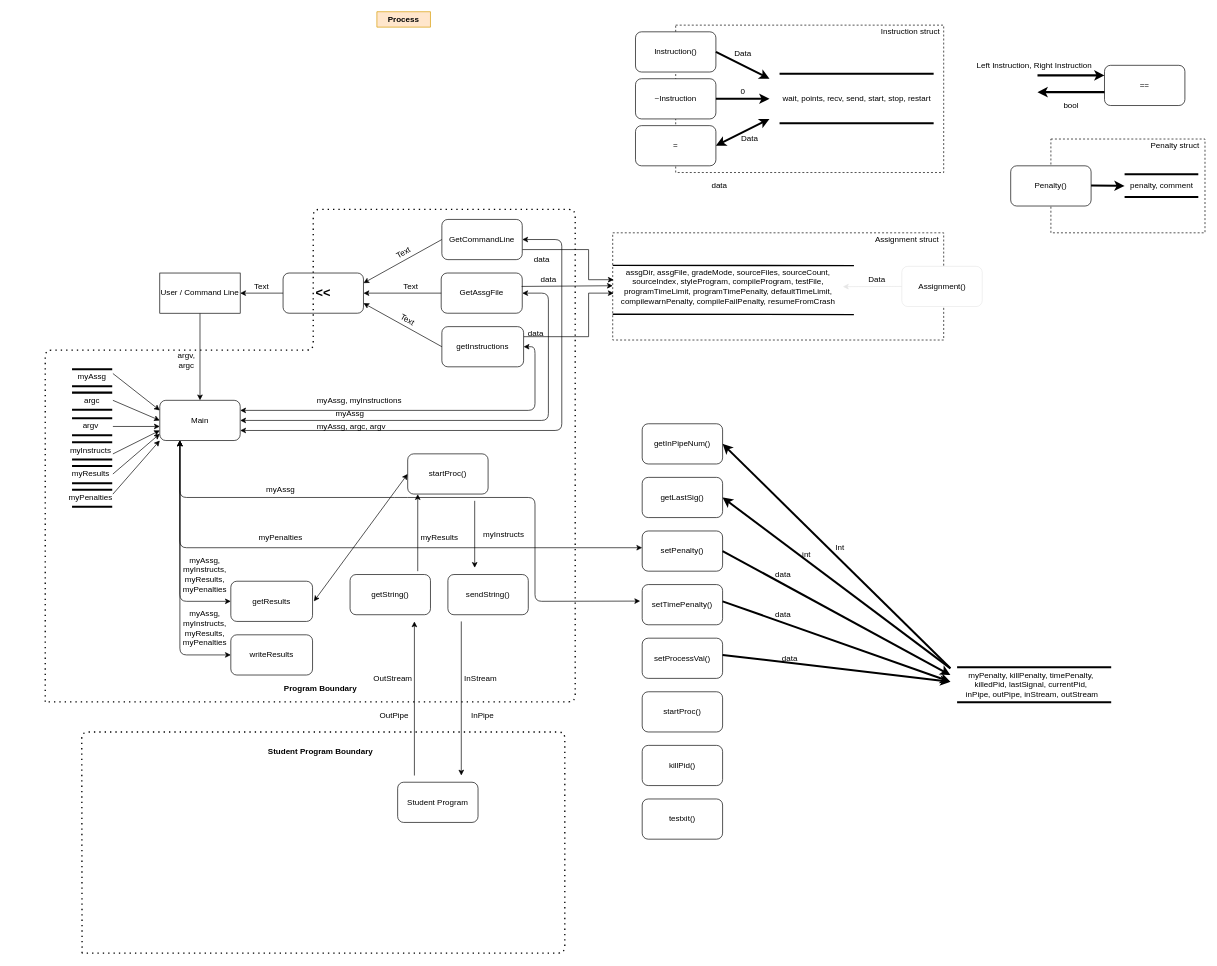
Earlier version of the draw.io diagram Empty Folder/Untitled Diagram.drawio (i-skousen/Week09). Source tidied: cells renumbered, new cells numbered last; positions are measured from the earlier drawing's top-left corner, leaving out a move shared by most shapes. Both pictures are drawn from the tidied source at 67%, with x=0, y=0 at pixel (45, 11).
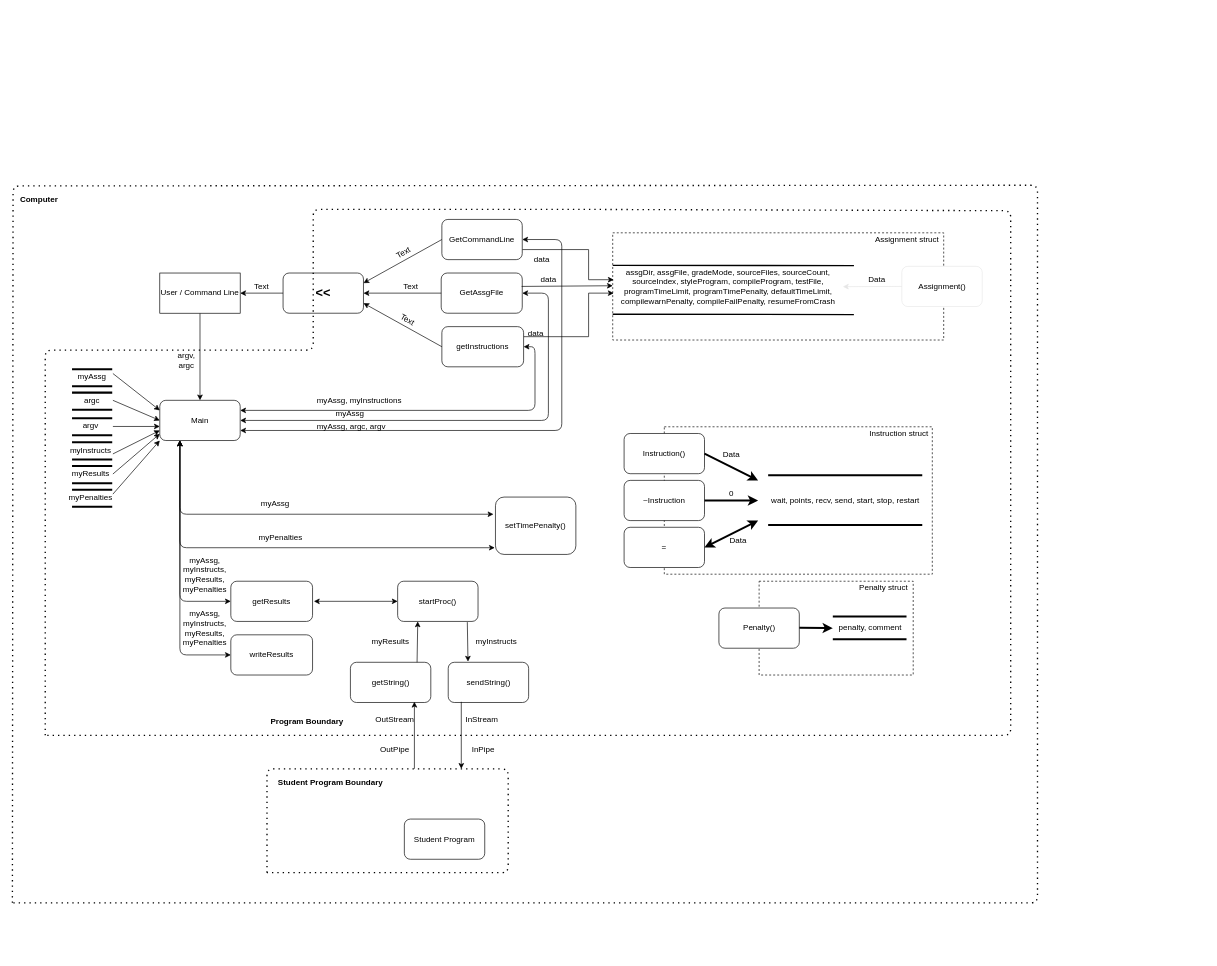
The same diagram, later.

Unchanged cells that the change refers to:
```xml
<mxCell id="5" value="Main" style="rounded=1;whiteSpace=wrap;html=1;" parent="1" vertex="1">
  <mxGeometry x="171" y="580" width="120" height="60" as="geometry" />
</mxCell>
```

Diff of the diagram source:
```diff
@@
     <mxCell id="2" style="rounded=0;whiteSpace=wrap;html=1;dashed=1;" parent="1" vertex="1">
-      <mxGeometry x="1501" y="190" width="230" height="140" as="geometry" />
+      <mxGeometry x="1065.5" y="850" width="230" height="140" as="geometry" />
     </mxCell>
     <mxCell id="3" style="rounded=0;whiteSpace=wrap;html=1;dashed=1;" parent="1" vertex="1">
-      <mxGeometry x="941" y="20" width="400" height="220" as="geometry" />
+      <mxGeometry x="924" y="619.5" width="400" height="220" as="geometry" />
     </mxCell>
@@
-    <mxCell id="6" value="Process" style="swimlane;fillColor=#ffe6cc;strokeColor=#d79b00;startSize=30;" parent="1" vertex="1" collapsed="1">
-      <mxGeometry x="495" width="80" height="23" as="geometry" />
-    </mxCell>
@@
     <mxCell id="43" value="wait, points, recv, send, start, stop, restart" style="text;html=1;align=center;verticalAlign=middle;strokeColor=none;" parent="1" vertex="1">
-      <mxGeometry x="1091" y="120" width="240" height="20" as="geometry" />
+      <mxGeometry x="1074" y="719.5" width="240" height="20" as="geometry" />
     </mxCell>
     <mxCell id="44" value="~Instruction" style="rounded=1;whiteSpace=wrap;html=1;" parent="1" vertex="1">
-      <mxGeometry x="881" y="100" width="120" height="60" as="geometry" />
+      <mxGeometry x="864" y="699.5" width="120" height="60" as="geometry" />
     </mxCell>
     <mxCell id="45" value="Instruction()" style="rounded=1;whiteSpace=wrap;html=1;" parent="1" vertex="1">
-      <mxGeometry x="881" y="30" width="120" height="60" as="geometry" />
+      <mxGeometry x="864" y="629.5" width="120" height="60" as="geometry" />
     </mxCell>
@@
     <mxCell id="47" value="=" style="rounded=1;whiteSpace=wrap;html=1;" parent="1" vertex="1">
-      <mxGeometry x="881" y="170" width="120" height="60" as="geometry" />
+      <mxGeometry x="864" y="769.5" width="120" height="60" as="geometry" />
     </mxCell>
     <mxCell id="48" style="shape=link;html=1;width=72;strokeWidth=3;" parent="1" edge="1">
       <mxGeometry relative="1" as="geometry">
-        <mxPoint x="1326" y="129.5" as="sourcePoint" />
-        <mxPoint x="1096" y="129.5" as="targetPoint" />
+        <mxPoint x="1309" y="729" as="sourcePoint" />
+        <mxPoint x="1079" y="729" as="targetPoint" />
       </mxGeometry>
     </mxCell>
     <mxCell id="49" style="endArrow=classic;html=1;strokeWidth=3;" parent="1" edge="1">
       <mxGeometry relative="1" as="geometry">
-        <mxPoint x="1001" y="60" as="sourcePoint" />
-        <mxPoint x="1081" y="100" as="targetPoint" />
+        <mxPoint x="984" y="659.5" as="sourcePoint" />
+        <mxPoint x="1064" y="699.5" as="targetPoint" />
       </mxGeometry>
     </mxCell>
     <mxCell id="50" value="Data" style="text;html=1;align=center;verticalAlign=middle;fillColor=none;strokeColor=none;rounded=0;" parent="1" vertex="1">
-      <mxGeometry x="1021" y="51.5" width="40" height="20" as="geometry" />
+      <mxGeometry x="1004" y="651" width="40" height="20" as="geometry" />
     </mxCell>
     <mxCell id="51" style="endArrow=classic;html=1;strokeWidth=3;exitX=1;exitY=0.5;exitDx=0;exitDy=0;" parent="1" edge="1" source="44">
       <mxGeometry relative="1" as="geometry">
-        <mxPoint x="1081" y="130" as="targetPoint" />
+        <mxPoint x="1064" y="729.5" as="targetPoint" />
       </mxGeometry>
     </mxCell>
     <mxCell id="52" value="0" style="text;html=1;align=center;verticalAlign=middle;fillColor=none;strokeColor=none;rounded=0;" parent="1" vertex="1">
-      <mxGeometry x="1031" y="110" width="20" height="20" as="geometry" />
+      <mxGeometry x="1014" y="709.5" width="20" height="20" as="geometry" />
     </mxCell>
     <mxCell id="53" style="endArrow=classic;startArrow=classic;html=1;strokeWidth=3;exitX=1;exitY=0.5;exitDx=0;exitDy=0;" parent="1" edge="1" source="47">
       <mxGeometry relative="1" as="geometry">
-        <mxPoint x="1081" y="160" as="targetPoint" />
+        <mxPoint x="1064" y="759.5" as="targetPoint" />
       </mxGeometry>
     </mxCell>
     <mxCell id="54" value="Data" style="text;html=1;align=center;verticalAlign=middle;fillColor=none;strokeColor=none;rounded=0;" parent="1" vertex="1">
-      <mxGeometry x="1031" y="180" width="40" height="20" as="geometry" />
+      <mxGeometry x="1014" y="779.5" width="40" height="20" as="geometry" />
     </mxCell>
     <mxCell id="55" value="Instruction struct" style="text;html=1;align=center;verticalAlign=middle;fillColor=none;strokeColor=none;rounded=0;" parent="1" vertex="1">
-      <mxGeometry x="1241" y="20" width="100" height="20" as="geometry" />
+      <mxGeometry x="1224" y="619.5" width="100" height="20" as="geometry" />
     </mxCell>
@@
-    <mxCell id="57" value="==" style="rounded=1;whiteSpace=wrap;html=1;" parent="1" vertex="1">
-      <mxGeometry x="1581" y="80" width="120" height="60" as="geometry" />
-    </mxCell>
-    <mxCell id="58" style="endArrow=classic;html=1;strokeWidth=3;entryX=0;entryY=0.25;entryDx=0;entryDy=0;" parent="1" edge="1" target="57">
-      <mxGeometry relative="1" as="geometry">
-        <mxPoint x="1481" y="95" as="sourcePoint" />
-      </mxGeometry>
-    </mxCell>
-    <mxCell id="59" style="endArrow=classic;html=1;strokeWidth=3;" parent="1" edge="1">
-      <mxGeometry relative="1" as="geometry">
-        <mxPoint x="1581" y="120" as="sourcePoint" />
-        <mxPoint x="1481" y="120" as="targetPoint" />
-      </mxGeometry>
-    </mxCell>
-    <mxCell id="60" value="Left Instruction, Right Instruction" style="text;html=1;align=center;verticalAlign=middle;fillColor=none;strokeColor=none;rounded=0;" parent="1" vertex="1">
-      <mxGeometry x="1381" y="70" width="190" height="20" as="geometry" />
-    </mxCell>
-    <mxCell id="61" value="bool" style="text;html=1;align=center;verticalAlign=middle;fillColor=none;strokeColor=none;rounded=0;" parent="1" vertex="1">
-      <mxGeometry x="1511" y="130" width="40" height="20" as="geometry" />
-    </mxCell>
     <mxCell id="62" value="Penalty()" style="rounded=1;whiteSpace=wrap;html=1;" parent="1" vertex="1">
-      <mxGeometry x="1441" y="230" width="120" height="60" as="geometry" />
+      <mxGeometry x="1005.5" y="890" width="120" height="60" as="geometry" />
     </mxCell>
     <mxCell id="63" style="endArrow=classic;html=1;strokeWidth=3;" parent="1" edge="1">
       <mxGeometry relative="1" as="geometry">
-        <mxPoint x="1561" y="259.5" as="sourcePoint" />
-        <mxPoint x="1611" y="260" as="targetPoint" />
+        <mxPoint x="1125.5" y="919.5" as="sourcePoint" />
+        <mxPoint x="1175.5" y="920" as="targetPoint" />
       </mxGeometry>
     </mxCell>
     <mxCell id="64" style="shape=link;html=1;width=32;strokeWidth=3;" parent="1" edge="1">
       <mxGeometry relative="1" as="geometry">
-        <mxPoint x="1721" y="259.5" as="sourcePoint" />
-        <mxPoint x="1611" y="259.5" as="targetPoint" />
+        <mxPoint x="1285.5" y="919.5" as="sourcePoint" />
+        <mxPoint x="1175.5" y="919.5" as="targetPoint" />
       </mxGeometry>
     </mxCell>
     <mxCell id="65" value="penalty, comment" style="text;html=1;align=center;verticalAlign=middle;fillColor=none;strokeColor=none;rounded=0;" parent="1" vertex="1">
-      <mxGeometry x="1611" y="250" width="110" height="20" as="geometry" />
+      <mxGeometry x="1175.5" y="910" width="110" height="20" as="geometry" />
     </mxCell>
     <mxCell id="66" value="Penalty struct" style="text;html=1;align=center;verticalAlign=middle;fillColor=none;strokeColor=none;rounded=0;" parent="1" vertex="1">
-      <mxGeometry x="1641" y="190" width="90" height="20" as="geometry" />
+      <mxGeometry x="1205.5" y="850" width="90" height="20" as="geometry" />
     </mxCell>
-    <mxCell id="67" style="shape=link;html=1;width=50;strokeWidth=3;" parent="1" edge="1">
-      <mxGeometry relative="1" as="geometry">
-        <mxPoint x="1591" y="1004.5" as="sourcePoint" />
-        <mxPoint x="1361" y="1004.5" as="targetPoint" />
-      </mxGeometry>
-    </mxCell>
     <mxCell id="68" style="endArrow=none;dashed=1;html=1;dashPattern=1 3;strokeWidth=2;" parent="1" edge="1">
       <mxGeometry relative="1" as="geometry">
-        <mxPoint y="1030" as="sourcePoint" />
-        <mxPoint y="1030" as="targetPoint" />
+        <mxPoint y="1080" as="sourcePoint" />
+        <mxPoint y="1080" as="targetPoint" />
         <Array as="points">
           <mxPoint y="505" />
           <mxPoint x="400" y="505" />
           <mxPoint x="400" y="295" />
           <mxPoint x="791" y="295" />
-          <mxPoint x="791" y="1030" />
+          <mxPoint x="1441" y="297" />
+          <mxPoint x="1441" y="1080" />
         </Array>
       </mxGeometry>
     </mxCell>
-    <mxCell id="69" value="myPenalty, killPenalty, timePenalty, &lt;br&gt;killedPid, lastSignal, currentPid,&lt;br&gt;&amp;nbsp;inPipe, outPipe, inStream, outStream" style="text;html=1;align=center;verticalAlign=middle;fillColor=none;strokeColor=none;rounded=0;" parent="1" vertex="1">
-      <mxGeometry x="1361" y="980" width="220" height="50" as="geometry" />
-    </mxCell>
     <mxCell id="70" value="&lt;b&gt;Program Boundary&lt;/b&gt;" style="text;html=1;strokeColor=none;fillColor=none;align=center;verticalAlign=middle;whiteSpace=wrap;rounded=0;" parent="1" vertex="1">
-      <mxGeometry x="311" y="1000" width="200" height="20" as="geometry" />
+      <mxGeometry x="291" y="1050" width="200" height="20" as="geometry" />
     </mxCell>
-    <mxCell id="71" value="getLastSig()" style="rounded=1;whiteSpace=wrap;html=1;" parent="1" vertex="1">
-      <mxGeometry x="891" y="695" width="120" height="60" as="geometry" />
-    </mxCell>
-    <mxCell id="72" value="setPenalty()" style="rounded=1;whiteSpace=wrap;html=1;" parent="1" vertex="1">
-      <mxGeometry x="891" y="775" width="120" height="60" as="geometry" />
-    </mxCell>
     <mxCell id="73" value="setTimePenalty()" style="rounded=1;whiteSpace=wrap;html=1;" parent="1" vertex="1">
-      <mxGeometry x="891" y="855" width="120" height="60" as="geometry" />
+      <mxGeometry x="672" y="724.4" width="120" height="85.6" as="geometry" />
     </mxCell>
-    <mxCell id="74" value="startProc()" style="rounded=1;whiteSpace=wrap;html=1;" parent="1" vertex="1">
-      <mxGeometry x="891" y="1015" width="120" height="60" as="geometry" />
-    </mxCell>
-    <mxCell id="75" value="setProcessVal()" style="rounded=1;whiteSpace=wrap;html=1;" parent="1" vertex="1">
-      <mxGeometry x="891" y="935" width="120" height="60" as="geometry" />
-    </mxCell>
-    <mxCell id="76" value="killPid()" style="rounded=1;whiteSpace=wrap;html=1;" parent="1" vertex="1">
-      <mxGeometry x="891" y="1095" width="120" height="60" as="geometry" />
-    </mxCell>
-    <mxCell id="77" value="testxit()" style="rounded=1;whiteSpace=wrap;html=1;" parent="1" vertex="1">
-      <mxGeometry x="891" y="1175" width="120" height="60" as="geometry" />
-    </mxCell>
-    <mxCell id="78" value="getInPipeNum()" style="rounded=1;whiteSpace=wrap;html=1;" parent="1" vertex="1">
-      <mxGeometry x="891" y="615" width="120" height="60" as="geometry" />
-    </mxCell>
     <mxCell id="79" value="getString()" style="rounded=1;whiteSpace=wrap;html=1;" parent="1" vertex="1">
-      <mxGeometry x="455" y="840" width="120" height="60" as="geometry" />
+      <mxGeometry x="455.5" y="971" width="120" height="60" as="geometry" />
     </mxCell>
     <mxCell id="80" value="sendString()" style="rounded=1;whiteSpace=wrap;html=1;" parent="1" vertex="1">
-      <mxGeometry x="601" y="840" width="120" height="60" as="geometry" />
+      <mxGeometry x="601.5" y="971" width="120" height="60" as="geometry" />
     </mxCell>
-    <mxCell id="81" style="endArrow=classic;html=1;strokeWidth=3;entryX=1;entryY=0.5;entryDx=0;entryDy=0;" parent="1" edge="1" target="78">
-      <mxGeometry relative="1" as="geometry">
-        <mxPoint x="1351" y="980" as="sourcePoint" />
-      </mxGeometry>
-    </mxCell>
-    <mxCell id="82" value="Int" style="text;html=1;align=center;verticalAlign=middle;fillColor=none;strokeColor=none;rounded=0;" parent="1" vertex="1">
-      <mxGeometry x="1171" y="790" width="30" height="20" as="geometry" />
-    </mxCell>
-    <mxCell id="83" style="endArrow=classic;html=1;strokeWidth=3;entryX=1;entryY=0.5;entryDx=0;entryDy=0;" parent="1" edge="1" target="71">
-      <mxGeometry relative="1" as="geometry">
-        <mxPoint x="1351" y="980" as="sourcePoint" />
-      </mxGeometry>
-    </mxCell>
-    <mxCell id="84" value="int" style="text;html=1;align=center;verticalAlign=middle;fillColor=none;strokeColor=none;rounded=0;" parent="1" vertex="1">
-      <mxGeometry x="1121" y="800" width="30" height="20" as="geometry" />
-    </mxCell>
-    <mxCell id="85" style="endArrow=classic;html=1;strokeWidth=3;exitX=1;exitY=0.5;exitDx=0;exitDy=0;" parent="1" edge="1" source="72">
-      <mxGeometry relative="1" as="geometry">
-        <mxPoint x="1351" y="990" as="targetPoint" />
-      </mxGeometry>
-    </mxCell>
-    <mxCell id="86" value="data" style="text;html=1;align=center;verticalAlign=middle;fillColor=none;strokeColor=none;rounded=0;" parent="1" vertex="1">
-      <mxGeometry x="1081" y="830" width="40" height="20" as="geometry" />
-    </mxCell>
-    <mxCell id="87" style="endArrow=classic;html=1;strokeWidth=3;exitX=1;exitY=0.5;exitDx=0;exitDy=0;" parent="1" edge="1">
-      <mxGeometry relative="1" as="geometry">
-        <mxPoint x="1011" y="880" as="sourcePoint" />
-        <mxPoint x="1351" y="1000" as="targetPoint" />
-      </mxGeometry>
-    </mxCell>
-    <mxCell id="88" value="data" style="text;html=1;align=center;verticalAlign=middle;fillColor=none;strokeColor=none;rounded=0;" parent="1" vertex="1">
-      <mxGeometry x="1081" y="890" width="40" height="20" as="geometry" />
-    </mxCell>
-    <mxCell id="89" style="endArrow=classic;html=1;strokeWidth=3;exitX=1;exitY=0.5;exitDx=0;exitDy=0;" parent="1" edge="1">
-      <mxGeometry relative="1" as="geometry">
-        <mxPoint x="1011" y="960" as="sourcePoint" />
-        <mxPoint x="1351" y="1000" as="targetPoint" />
-      </mxGeometry>
-    </mxCell>
-    <mxCell id="90" value="data" style="text;html=1;align=center;verticalAlign=middle;fillColor=none;strokeColor=none;rounded=0;" parent="1" vertex="1">
-      <mxGeometry x="1091" y="955" width="40" height="20" as="geometry" />
-    </mxCell>
-    <mxCell id="91" value="data" style="text;html=1;align=center;verticalAlign=middle;fillColor=none;strokeColor=none;rounded=0;" parent="1" vertex="1">
-      <mxGeometry x="986" y="250" width="40" height="20" as="geometry" />
-    </mxCell>
-    <mxCell id="92" style="endArrow=classic;startArrow=classic;html=1;strokeColor=#000000;strokeWidth=1;entryX=0.25;entryY=1;entryDx=0;entryDy=0;exitX=-0.025;exitY=0.411;exitDx=0;exitDy=0;exitPerimeter=0;" parent="1" edge="1" source="73" target="5">
+    <mxCell id="92" style="endArrow=classic;startArrow=classic;html=1;strokeColor=#000000;strokeWidth=1;entryX=0.25;entryY=1;entryDx=0;entryDy=0;" parent="1" edge="1" target="5">
       <mxGeometry relative="1" as="geometry">
+        <mxPoint x="669" y="750" as="sourcePoint" />
         <Array as="points">
-          <mxPoint x="731" y="880" />
-          <mxPoint x="731" y="725" />
-          <mxPoint x="531" y="725" />
-          <mxPoint x="201" y="725" />
+          <mxPoint x="201" y="750" />
         </Array>
       </mxGeometry>
     </mxCell>
     <mxCell id="93" value="myAssg" style="text;html=1;strokeColor=none;fillColor=none;align=center;verticalAlign=middle;whiteSpace=wrap;rounded=0;" parent="1" vertex="1">
-      <mxGeometry x="334" y="704.4" width="35" height="20" as="geometry" />
+      <mxGeometry x="326" y="724.4" width="35" height="20" as="geometry" />
     </mxCell>
     <mxCell id="94" style="endArrow=classic;startArrow=classic;html=1;strokeColor=#000000;strokeWidth=1;" parent="1" edge="1">
       <mxGeometry relative="1" as="geometry">
-        <mxPoint x="891" y="800" as="sourcePoint" />
+        <mxPoint x="671" y="800" as="sourcePoint" />
         <mxPoint x="201" y="640" as="targetPoint" />
         <Array as="points">
           <mxPoint x="201" y="800" />
         </Array>
       </mxGeometry>
     </mxCell>
@@
     <mxCell id="120" style="endArrow=none;dashed=1;html=1;dashPattern=1 3;strokeWidth=2;" parent="1" edge="1">
       <mxGeometry relative="1" as="geometry">
-        <mxPoint x="55" y="1405" as="sourcePoint" />
-        <mxPoint x="54.5" y="1405" as="targetPoint" />
+        <mxPoint x="331" y="1285" as="sourcePoint" />
+        <mxPoint x="331" y="1285" as="targetPoint" />
         <Array as="points">
-          <mxPoint x="54.5" y="1075" />
-          <mxPoint x="384.5" y="1075" />
-          <mxPoint x="775.5" y="1075" />
-          <mxPoint x="775.5" y="1405" />
+          <mxPoint x="331" y="1130" />
+          <mxPoint x="691" y="1130" />
+          <mxPoint x="691" y="1285" />
         </Array>
       </mxGeometry>
     </mxCell>
@@
     <mxCell id="122" style="endArrow=classic;html=1;" parent="1" edge="1">
       <mxGeometry relative="1" as="geometry">
-        <mxPoint x="551" y="1140" as="sourcePoint" />
-        <mxPoint x="551" y="910" as="targetPoint" />
+        <mxPoint x="551" y="1130" as="sourcePoint" />
+        <mxPoint x="551" y="1030" as="targetPoint" />
       </mxGeometry>
     </mxCell>
@@
     <mxCell id="124" value="startProc()" style="rounded=1;whiteSpace=wrap;html=1;" parent="1" vertex="1">
-      <mxGeometry x="541" y="659.9" width="120" height="60" as="geometry" />
+      <mxGeometry x="526" y="850" width="120" height="60" as="geometry" />
     </mxCell>
     <mxCell id="125" value="InPipe" style="text;html=1;strokeColor=none;fillColor=none;align=center;verticalAlign=middle;whiteSpace=wrap;rounded=0;" parent="1" vertex="1">
-      <mxGeometry x="633" y="1040" width="40" height="20" as="geometry" />
+      <mxGeometry x="633.5" y="1091" width="40" height="20" as="geometry" />
     </mxCell>
     <mxCell id="126" value="OutPipe" style="text;html=1;strokeColor=none;fillColor=none;align=center;verticalAlign=middle;whiteSpace=wrap;rounded=0;" parent="1" vertex="1">
-      <mxGeometry x="501" y="1040" width="40" height="20" as="geometry" />
+      <mxGeometry x="501.5" y="1091" width="40" height="20" as="geometry" />
     </mxCell>
     <mxCell id="127" value="&lt;b&gt;Student Program Boundary&lt;/b&gt;" style="text;html=1;strokeColor=none;fillColor=none;align=center;verticalAlign=middle;whiteSpace=wrap;rounded=0;" parent="1" vertex="1">
-      <mxGeometry x="311" y="1095" width="200" height="20" as="geometry" />
+      <mxGeometry x="326" y="1140" width="200" height="20" as="geometry" />
     </mxCell>
     <mxCell id="128" value="Student Program" style="rounded=1;whiteSpace=wrap;html=1;" parent="1" vertex="1">
-      <mxGeometry x="526" y="1150" width="120" height="60" as="geometry" />
+      <mxGeometry x="536" y="1205" width="120" height="60" as="geometry" />
     </mxCell>
     <mxCell id="129" value="OutStream" style="text;html=1;strokeColor=none;fillColor=none;align=center;verticalAlign=middle;whiteSpace=wrap;rounded=0;" parent="1" vertex="1">
-      <mxGeometry x="499" y="980" width="40" height="29" as="geometry" />
+      <mxGeometry x="501.5" y="1041" width="40" height="29" as="geometry" />
     </mxCell>
     <mxCell id="130" value="InStream" style="text;html=1;strokeColor=none;fillColor=none;align=center;verticalAlign=middle;whiteSpace=wrap;rounded=0;" parent="1" vertex="1">
-      <mxGeometry x="630" y="980" width="40" height="29" as="geometry" />
+      <mxGeometry x="632" y="1041" width="40" height="29" as="geometry" />
     </mxCell>
     <mxCell id="131" style="endArrow=classic;html=1;" parent="1" edge="1">
       <mxGeometry relative="1" as="geometry">
-        <mxPoint x="621" y="910" as="sourcePoint" />
-        <mxPoint x="621" y="1140" as="targetPoint" />
+        <mxPoint x="621" y="1030" as="sourcePoint" />
+        <mxPoint x="621" y="1130" as="targetPoint" />
       </mxGeometry>
     </mxCell>
-    <mxCell id="132" style="endArrow=classic;html=1;" parent="1" edge="1">
+    <mxCell id="132" style="endArrow=classic;html=1;entryX=0.25;entryY=1;entryDx=0;entryDy=0;" parent="1" edge="1" target="124">
       <mxGeometry relative="1" as="geometry">
-        <mxPoint x="556" y="835" as="sourcePoint" />
-        <mxPoint x="556" y="720" as="targetPoint" />
+        <mxPoint x="555" y="971" as="sourcePoint" />
       </mxGeometry>
     </mxCell>
     <mxCell id="133" value="myResults" style="text;html=1;strokeColor=none;fillColor=none;align=center;verticalAlign=middle;whiteSpace=wrap;rounded=0;" parent="1" vertex="1">
-      <mxGeometry x="571" y="775" width="35" height="20" as="geometry" />
+      <mxGeometry x="498" y="930" width="35" height="20" as="geometry" />
     </mxCell>
     <mxCell id="134" style="endArrow=classic;html=1;" parent="1" edge="1">
       <mxGeometry relative="1" as="geometry">
-        <mxPoint x="641" y="730" as="sourcePoint" />
-        <mxPoint x="641" y="830" as="targetPoint" />
+        <mxPoint x="630" y="911" as="sourcePoint" />
+        <mxPoint x="631" y="970" as="targetPoint" />
       </mxGeometry>
     </mxCell>
     <mxCell id="135" value="myInstructs" style="text;html=1;strokeColor=none;fillColor=none;align=center;verticalAlign=middle;whiteSpace=wrap;rounded=0;" parent="1" vertex="1">
-      <mxGeometry x="667" y="770" width="35" height="20" as="geometry" />
+      <mxGeometry x="656" y="930" width="35" height="20" as="geometry" />
     </mxCell>
+    <mxCell id="136" style="endArrow=none;dashed=1;html=1;dashPattern=1 3;strokeWidth=2;" parent="1" edge="1">
+      <mxGeometry relative="1" as="geometry">
+        <mxPoint x="-49" y="1330" as="sourcePoint" />
+        <mxPoint x="-49" y="1330" as="targetPoint" />
+        <Array as="points">
+          <mxPoint x="-48" y="260" />
+          <mxPoint x="1481" y="259" />
+          <mxPoint x="1481" y="1330" />
+        </Array>
+      </mxGeometry>
+    </mxCell>
+    <mxCell id="137" value="&lt;b&gt;Computer&lt;/b&gt;" style="text;html=1;strokeColor=none;fillColor=none;align=center;verticalAlign=middle;whiteSpace=wrap;rounded=0;" parent="1" vertex="1">
+      <mxGeometry x="-29" y="270" width="40" height="20" as="geometry" />
+    </mxCell>
```
